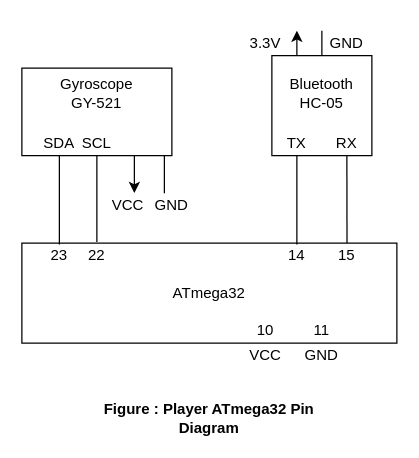
Before: Documentation/Diagrams/Draw io files/Player Pin Diagram.drawio in prism97/CSE-316-Microcontroller-Project-Laser-Maze, a draw.io diagram. Source tidied: cells renumbered, new cells numbered last; positions are measured from the earlier drawing's top-left corner, leaving out a move shared by most shapes. Both pictures are drawn from the tidied source at 125%, with x=0, y=0 at pixel (21, 30).
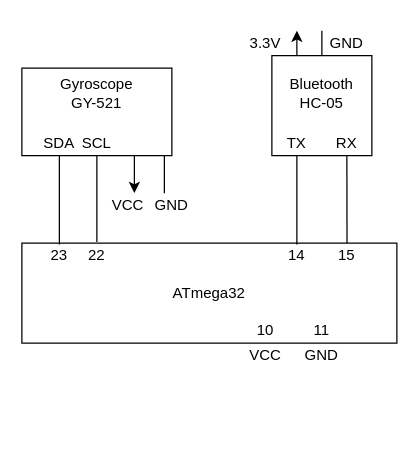
The same diagram, later.

Commit message (it also covers changes not shown here):
Pin Diagrams Final :ok_hand:

Change to the diagram source:
```diff
@@
-    <mxCell id="18" value="Figure : Player ATmega32 Pin Diagram" style="text;html=1;strokeColor=none;fillColor=none;align=center;verticalAlign=middle;whiteSpace=wrap;rounded=0;fontStyle=1;" parent="1" vertex="1">
-      <mxGeometry x="40" y="300" width="220" height="20" as="geometry" />
-    </mxCell>
```
